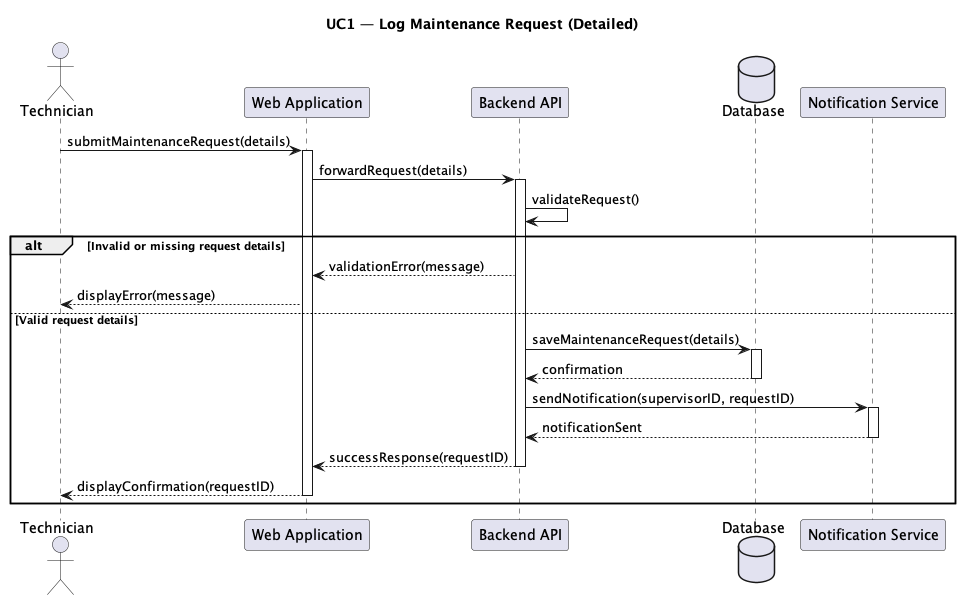
Before: uml/Interactions/sequence_diagrams/UC1_detailed_log_request.png, a diagram exported from PlantUML (xalameen8633-dotcom/Software-engineering-project).
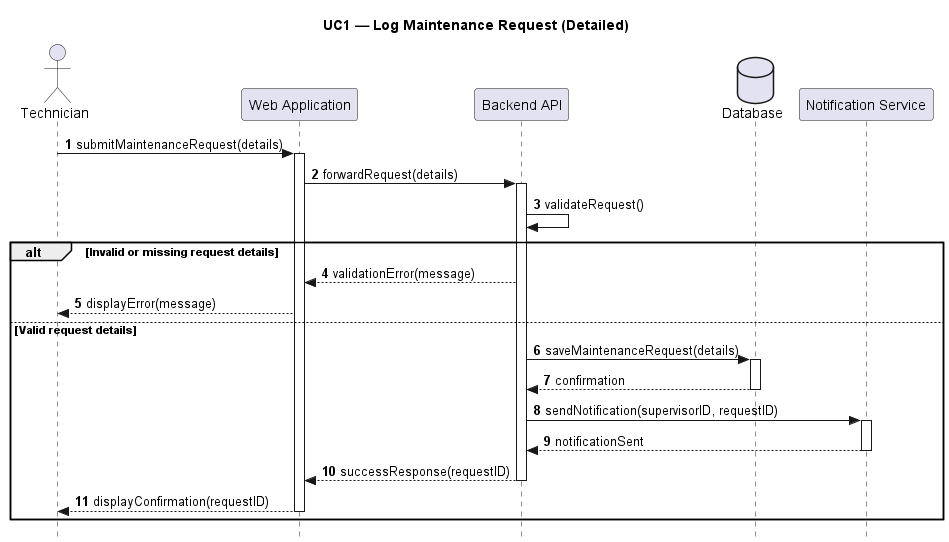
The same diagram one commit later.

The edit, as a diff of the source:
```diff
@@ -1,5 +1,8 @@
-@startuml
+@startuml UC1_Detailed_Flow
 title UC1 — Log Maintenance Request (Detailed)
+
+skinparam Style strictuml
+autonumber
 
 actor Technician
 participant "Web Application" as Web
```
